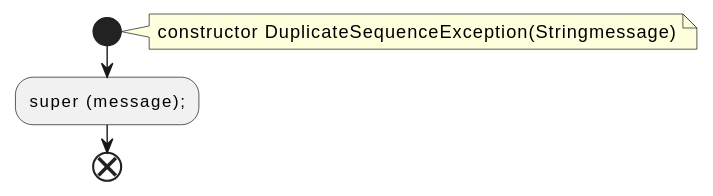
Before: docs/qc/clients/src/main/java/org/apache/kafka/common/errors/DuplicateSequenceException.java.fct.svg, a diagram exported from PlantUML (qualitesys/kafka).
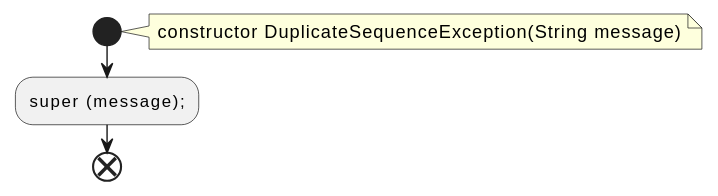
Later version of the same file.

What changed in the source:
```diff
@@ -2,7 +2,7 @@
 !pragma layout smetana
 start
 note right
-constructor DuplicateSequenceException(Stringmessage)
+constructor DuplicateSequenceException(String message)
 end note
 :super (message);;
 end
```
